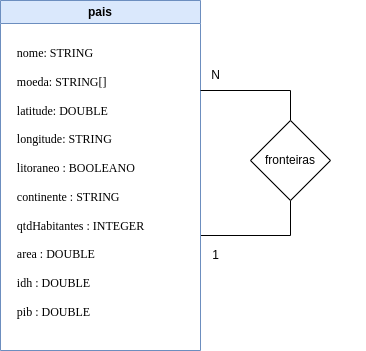
Earlier version of the draw.io export termo/image/DER.png (nogueiralegacy/ds-2023-02). Source tidied: cells renumbered, new cells last; positions are measured from the earlier drawing's top-left corner, leaving out a move shared by most shapes.
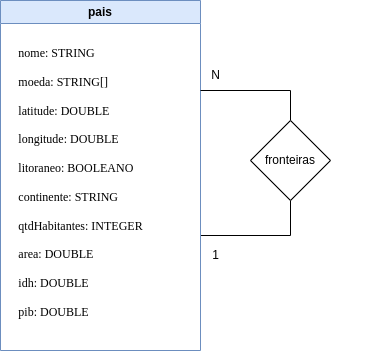
After the change.

Change to the diagram source:
```diff
@@ -12,7 +12,7 @@
     <mxCell id="3" value="pais" style="swimlane;whiteSpace=wrap;html=1;fillColor=#dae8fc;strokeColor=#6c8ebf;swimlaneFillColor=default;startSize=23;" parent="1" vertex="1">
       <mxGeometry width="200" height="350" as="geometry" />
     </mxCell>
-    <mxCell id="4" value="&lt;div style=&quot;text-align: justify;&quot;&gt;&lt;br&gt;&lt;/div&gt;&lt;div style=&quot;text-align: justify;&quot;&gt;&lt;font face=&quot;Verdana&quot;&gt;&lt;span style=&quot;background-color: initial;&quot;&gt;nome: STRING&lt;/span&gt;&lt;/font&gt;&lt;/div&gt;&lt;div style=&quot;text-align: justify;&quot;&gt;&lt;font face=&quot;Verdana&quot;&gt;&lt;span style=&quot;background-color: initial;&quot;&gt;&lt;br&gt;&lt;/span&gt;&lt;/font&gt;&lt;/div&gt;&lt;div style=&quot;text-align: justify;&quot;&gt;&lt;font face=&quot;Verdana&quot;&gt;&lt;span style=&quot;background-color: initial;&quot;&gt;moeda: STRING[]&lt;/span&gt;&lt;/font&gt;&lt;/div&gt;&lt;div style=&quot;text-align: justify;&quot;&gt;&lt;font face=&quot;Verdana&quot;&gt;&lt;br&gt;&lt;span style=&quot;background-color: initial;&quot;&gt;latitude: DOUBLE&lt;/span&gt;&lt;/font&gt;&lt;/div&gt;&lt;div style=&quot;text-align: justify;&quot;&gt;&lt;font face=&quot;Verdana&quot;&gt;&lt;br&gt;&lt;span style=&quot;background-color: initial;&quot;&gt;longitude: STRING&lt;/span&gt;&lt;/font&gt;&lt;/div&gt;&lt;div style=&quot;text-align: justify;&quot;&gt;&lt;font face=&quot;Verdana&quot;&gt;&lt;br&gt;&lt;span style=&quot;background-color: initial;&quot;&gt;litoraneo : BOOLEANO&lt;/span&gt;&lt;/font&gt;&lt;br&gt;&lt;/div&gt;&lt;div style=&quot;text-align: justify;&quot;&gt;&lt;br&gt;&lt;/div&gt;&lt;div style=&quot;text-align: justify;&quot;&gt;&lt;font face=&quot;Verdana&quot;&gt;continente : STRING&lt;/font&gt;&lt;/div&gt;&lt;div style=&quot;text-align: justify;&quot;&gt;&lt;font face=&quot;Verdana&quot;&gt;&lt;br&gt;&lt;/font&gt;&lt;/div&gt;&lt;div style=&quot;text-align: justify;&quot;&gt;&lt;font face=&quot;Verdana&quot;&gt;qtdHabitantes : INTEGER&lt;/font&gt;&lt;/div&gt;&lt;div style=&quot;text-align: justify;&quot;&gt;&lt;font face=&quot;Verdana&quot;&gt;&lt;br&gt;&lt;/font&gt;&lt;/div&gt;&lt;div style=&quot;text-align: justify;&quot;&gt;&lt;font face=&quot;Verdana&quot;&gt;area : DOUBLE&lt;/font&gt;&lt;/div&gt;&lt;div style=&quot;text-align: justify;&quot;&gt;&lt;font face=&quot;Verdana&quot;&gt;&lt;br&gt;&lt;/font&gt;&lt;/div&gt;&lt;div style=&quot;text-align: justify;&quot;&gt;&lt;font face=&quot;Verdana&quot;&gt;idh : DOUBLE&lt;/font&gt;&lt;/div&gt;&lt;div style=&quot;text-align: justify;&quot;&gt;&lt;font face=&quot;Verdana&quot;&gt;&lt;br&gt;&lt;/font&gt;&lt;/div&gt;&lt;div style=&quot;text-align: justify;&quot;&gt;&lt;font face=&quot;Verdana&quot;&gt;pib : DOUBLE&lt;/font&gt;&lt;/div&gt;" style="text;html=1;align=center;verticalAlign=middle;strokeColor=none;fillColor=none;" parent="3" vertex="1">
+    <mxCell id="4" value="&lt;div style=&quot;text-align: justify;&quot;&gt;&lt;br&gt;&lt;/div&gt;&lt;div style=&quot;text-align: justify;&quot;&gt;&lt;font face=&quot;Verdana&quot;&gt;&lt;span style=&quot;background-color: initial;&quot;&gt;nome: STRING&lt;/span&gt;&lt;/font&gt;&lt;/div&gt;&lt;div style=&quot;text-align: justify;&quot;&gt;&lt;font face=&quot;Verdana&quot;&gt;&lt;span style=&quot;background-color: initial;&quot;&gt;&lt;br&gt;&lt;/span&gt;&lt;/font&gt;&lt;/div&gt;&lt;div style=&quot;text-align: justify;&quot;&gt;&lt;font face=&quot;Verdana&quot;&gt;&lt;span style=&quot;background-color: initial;&quot;&gt;moeda: STRING[]&lt;/span&gt;&lt;/font&gt;&lt;/div&gt;&lt;div style=&quot;text-align: justify;&quot;&gt;&lt;font face=&quot;Verdana&quot;&gt;&lt;br&gt;&lt;span style=&quot;background-color: initial;&quot;&gt;latitude: DOUBLE&lt;/span&gt;&lt;/font&gt;&lt;/div&gt;&lt;div style=&quot;text-align: justify;&quot;&gt;&lt;font face=&quot;Verdana&quot;&gt;&lt;br&gt;&lt;span style=&quot;background-color: initial;&quot;&gt;longitude: DOUBLE&lt;/span&gt;&lt;/font&gt;&lt;/div&gt;&lt;div style=&quot;text-align: justify;&quot;&gt;&lt;font face=&quot;Verdana&quot;&gt;&lt;br&gt;&lt;span style=&quot;background-color: initial;&quot;&gt;litoraneo: BOOLEANO&lt;/span&gt;&lt;/font&gt;&lt;br&gt;&lt;/div&gt;&lt;div style=&quot;text-align: justify;&quot;&gt;&lt;br&gt;&lt;/div&gt;&lt;div style=&quot;text-align: justify;&quot;&gt;&lt;font face=&quot;Verdana&quot;&gt;continente: STRING&lt;/font&gt;&lt;/div&gt;&lt;div style=&quot;text-align: justify;&quot;&gt;&lt;font face=&quot;Verdana&quot;&gt;&lt;br&gt;&lt;/font&gt;&lt;/div&gt;&lt;div style=&quot;text-align: justify;&quot;&gt;&lt;font face=&quot;Verdana&quot;&gt;qtdHabitantes: INTEGER&lt;/font&gt;&lt;/div&gt;&lt;div style=&quot;text-align: justify;&quot;&gt;&lt;font face=&quot;Verdana&quot;&gt;&lt;br&gt;&lt;/font&gt;&lt;/div&gt;&lt;div style=&quot;text-align: justify;&quot;&gt;&lt;font face=&quot;Verdana&quot;&gt;area: DOUBLE&lt;/font&gt;&lt;/div&gt;&lt;div style=&quot;text-align: justify;&quot;&gt;&lt;font face=&quot;Verdana&quot;&gt;&lt;br&gt;&lt;/font&gt;&lt;/div&gt;&lt;div style=&quot;text-align: justify;&quot;&gt;&lt;font face=&quot;Verdana&quot;&gt;idh: DOUBLE&lt;/font&gt;&lt;/div&gt;&lt;div style=&quot;text-align: justify;&quot;&gt;&lt;font face=&quot;Verdana&quot;&gt;&lt;br&gt;&lt;/font&gt;&lt;/div&gt;&lt;div style=&quot;text-align: justify;&quot;&gt;&lt;font face=&quot;Verdana&quot;&gt;pib: DOUBLE&lt;/font&gt;&lt;/div&gt;" style="text;html=1;align=center;verticalAlign=middle;strokeColor=none;fillColor=none;" parent="3" vertex="1">
       <mxGeometry x="5" y="25" width="150" height="300" as="geometry" />
     </mxCell>
     <mxCell id="5" style="edgeStyle=orthogonalEdgeStyle;rounded=0;jettySize=auto;html=1;endArrow=none;endFill=0;" parent="1" edge="1" source="6">
```
